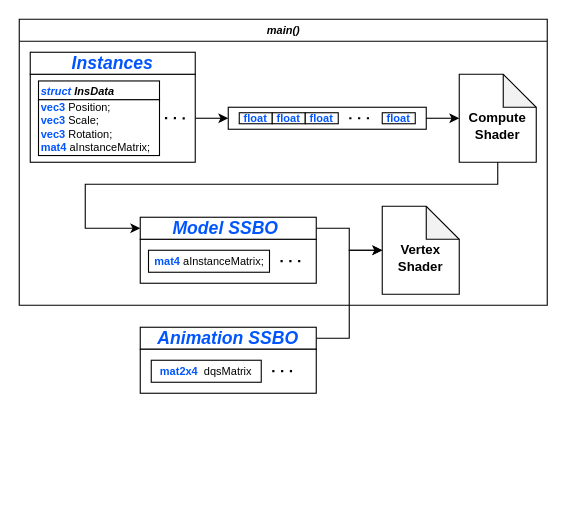
This is Untitled Diagram.drawio from Duckbobs/OpenGL_Lab, a draw.io file, before an edit. Source tidied: cells renumbered, new cells numbered last; positions are measured from the earlier drawing's top-left corner, leaving out a move shared by most shapes. Both pictures are drawn from the tidied source at 110%, with x=0, y=0 at pixel (19, 19).
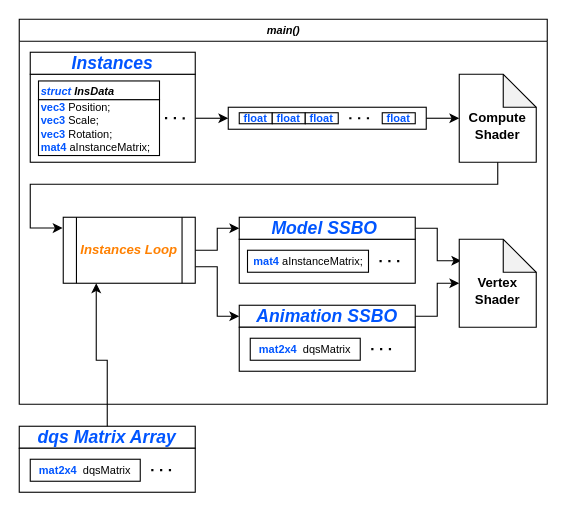
After the change.

Unchanged cells that the change refers to:
```xml
<mxCell id="14" value="&lt;span style=&quot;color: rgb(0 , 0 , 0) ; font-size: 12px&quot;&gt;&lt;b&gt;&lt;br&gt;Compute Shader&lt;/b&gt;&lt;/span&gt;" style="shape=note;whiteSpace=wrap;html=1;backgroundOutline=1;darkOpacity=0.05;fontSize=10;fontColor=#0055FF;align=center;" parent="2" vertex="1">
  <mxGeometry x="400" y="50" width="70" height="80" as="geometry" />
</mxCell>
```

Diff of the diagram source:
```diff
@@
     <mxCell id="2" value="&lt;i&gt;&lt;font color=&quot;#000000&quot;&gt;main()&lt;/font&gt;&lt;/i&gt;" style="swimlane;html=1;startSize=20;horizontal=1;containerType=tree;fontSize=10;fontColor=#0055FF;align=center;" parent="1" vertex="1">
-      <mxGeometry width="480" height="260" as="geometry" />
+      <mxGeometry width="480" height="350" as="geometry" />
     </mxCell>
     <mxCell id="3" style="rounded=0;whiteSpace=wrap;html=1;fontSize=16;fontColor=#0055FF;align=center;" parent="2" vertex="1">
-      <mxGeometry x="110" y="200" width="160" height="40" as="geometry" />
+      <mxGeometry x="200" y="200" width="160" height="40" as="geometry" />
     </mxCell>
     <mxCell id="4" value="&lt;font style=&quot;font-size: 10px&quot;&gt;&lt;b style=&quot;text-align: left&quot;&gt;mat4&lt;/b&gt;&lt;span style=&quot;text-align: left&quot;&gt;&amp;nbsp;&lt;/span&gt;&lt;font color=&quot;#000000&quot; style=&quot;text-align: left ; font-size: 10px&quot;&gt;aInstanceMatrix;&lt;/font&gt;&lt;/font&gt;" style="rounded=0;whiteSpace=wrap;html=1;fontSize=10;fontColor=#0055FF;align=center;" parent="2" vertex="1">
-      <mxGeometry x="117.5" y="210" width="110" height="20" as="geometry" />
+      <mxGeometry x="207.5" y="210" width="110" height="20" as="geometry" />
     </mxCell>
     <mxCell id="5" style="endArrow=none;dashed=1;html=1;dashPattern=1 3;strokeWidth=2;" parent="2" edge="1">
       <mxGeometry relative="1" as="geometry">
-        <mxPoint x="237.5" y="219.9" as="sourcePoint" />
-        <mxPoint x="257.5" y="219.9" as="targetPoint" />
+        <mxPoint x="327.5" y="219.9" as="sourcePoint" />
+        <mxPoint x="347.5" y="219.9" as="targetPoint" />
       </mxGeometry>
     </mxCell>
-    <mxCell id="6" style="edgeStyle=orthogonalEdgeStyle;rounded=0;jettySize=auto;html=1;exitX=1;exitY=0.5;exitDx=0;exitDy=0;entryX=0;entryY=0.5;entryDx=0;entryDy=0;entryPerimeter=0;fontSize=16;fontColor=#0055FF;" parent="2" edge="1" source="7" target="8">
+    <mxCell id="6" style="edgeStyle=orthogonalEdgeStyle;rounded=0;jettySize=auto;html=1;exitX=1;exitY=0.5;exitDx=0;exitDy=0;entryX=0.026;entryY=0.244;entryDx=0;entryDy=0;entryPerimeter=0;fontSize=12;fontColor=#0055FF;" parent="2" edge="1" source="7" target="8">
       <mxGeometry relative="1" as="geometry" />
     </mxCell>
     <mxCell id="7" value="&lt;b&gt;&lt;i&gt;Model SSBO&amp;nbsp;&lt;/i&gt;&lt;/b&gt;" style="rounded=0;whiteSpace=wrap;html=1;fontSize=16;fontColor=#0055FF;align=center;" parent="2" vertex="1">
-      <mxGeometry x="110" y="180" width="160" height="20" as="geometry" />
+      <mxGeometry x="200" y="180" width="160" height="20" as="geometry" />
     </mxCell>
     <mxCell id="8" value="&lt;span style=&quot;color: rgb(0 , 0 , 0) ; font-size: 12px&quot;&gt;&lt;b&gt;&lt;br&gt;Vertex&lt;br&gt;Shader&lt;/b&gt;&lt;/span&gt;" style="shape=note;whiteSpace=wrap;html=1;backgroundOutline=1;darkOpacity=0.05;fontSize=10;fontColor=#0055FF;align=center;" parent="2" vertex="1">
-      <mxGeometry x="330" y="170" width="70" height="80" as="geometry" />
+      <mxGeometry x="400" y="200" width="70" height="80" as="geometry" />
     </mxCell>
@@
-    <mxCell id="15" style="edgeStyle=orthogonalEdgeStyle;rounded=0;jettySize=auto;html=1;fontSize=10;fontColor=#0055FF;entryX=0;entryY=0.5;entryDx=0;entryDy=0;" parent="2" edge="1" source="14" target="7">
+    <mxCell id="15" style="edgeStyle=orthogonalEdgeStyle;rounded=0;jettySize=auto;html=1;fontSize=10;fontColor=#0055FF;entryX=-0.005;entryY=0.164;entryDx=0;entryDy=0;entryPerimeter=0;" parent="2" edge="1" source="14" target="32">
       <mxGeometry relative="1" as="geometry">
         <Array as="points">
           <mxPoint x="435" y="150" />
-          <mxPoint x="60" y="150" />
-          <mxPoint x="60" y="190" />
+          <mxPoint x="10" y="150" />
+          <mxPoint x="10" y="190" />
         </Array>
       </mxGeometry>
     </mxCell>
+    <mxCell id="24" style="edgeStyle=orthogonalEdgeStyle;rounded=0;jettySize=auto;html=1;exitX=1;exitY=0.5;exitDx=0;exitDy=0;fontSize=12;fontColor=#0055FF;" parent="2" edge="1" source="25" target="8">
+      <mxGeometry relative="1" as="geometry" />
+    </mxCell>
+    <mxCell id="25" value="&lt;b&gt;&lt;i&gt;Animation SSBO&lt;/i&gt;&lt;/b&gt;" style="rounded=0;whiteSpace=wrap;html=1;fontSize=16;fontColor=#0055FF;align=center;" parent="2" vertex="1">
+      <mxGeometry x="200" y="260" width="160" height="20" as="geometry" />
+    </mxCell>
+    <mxCell id="26" style="rounded=0;whiteSpace=wrap;html=1;fontSize=16;fontColor=#0055FF;align=center;" parent="2" vertex="1">
+      <mxGeometry x="200" y="280" width="160" height="40" as="geometry" />
+    </mxCell>
+    <mxCell id="27" value="&lt;b style=&quot;font-size: 10px ; text-align: left&quot;&gt;mat2x4&lt;/b&gt;&lt;span style=&quot;font-size: 10px ; text-align: left&quot;&gt;&amp;nbsp;&amp;nbsp;&lt;/span&gt;&lt;span style=&quot;font-size: 10px&quot;&gt;&lt;font color=&quot;#000000&quot;&gt;dqsMatrix&lt;/font&gt;&lt;/span&gt;" style="rounded=0;whiteSpace=wrap;html=1;fontSize=16;fontColor=#0055FF;align=center;verticalAlign=bottom;" parent="2" vertex="1">
+      <mxGeometry x="210" y="290" width="100" height="20" as="geometry" />
+    </mxCell>
+    <mxCell id="28" style="endArrow=none;dashed=1;html=1;dashPattern=1 3;strokeWidth=2;" parent="2" edge="1">
+      <mxGeometry relative="1" as="geometry">
+        <mxPoint x="320" y="299.8" as="sourcePoint" />
+        <mxPoint x="340" y="299.8" as="targetPoint" />
+      </mxGeometry>
+    </mxCell>
+    <mxCell id="30" style="edgeStyle=orthogonalEdgeStyle;rounded=0;jettySize=auto;html=1;exitX=1;exitY=0.5;exitDx=0;exitDy=0;entryX=0;entryY=0.5;entryDx=0;entryDy=0;fontSize=12;fontColor=#0055FF;" parent="2" edge="1" source="32" target="7">
+      <mxGeometry relative="1" as="geometry" />
+    </mxCell>
+    <mxCell id="31" style="edgeStyle=orthogonalEdgeStyle;rounded=0;jettySize=auto;html=1;exitX=1;exitY=0.75;exitDx=0;exitDy=0;entryX=0;entryY=0.5;entryDx=0;entryDy=0;fontSize=12;fontColor=#0055FF;" parent="2" edge="1" source="32" target="25">
+      <mxGeometry relative="1" as="geometry" />
+    </mxCell>
+    <mxCell id="32" value="&lt;b&gt;&lt;i&gt;&lt;font color=&quot;#ff8000&quot;&gt;Instances Loop&lt;/font&gt;&lt;/i&gt;&lt;/b&gt;" style="shape=process;whiteSpace=wrap;html=1;backgroundOutline=1;fontSize=12;fontColor=#0055FF;align=center;" parent="2" vertex="1">
+      <mxGeometry x="40" y="180" width="120" height="60" as="geometry" />
+    </mxCell>
@@
-    <mxCell id="24" style="edgeStyle=orthogonalEdgeStyle;rounded=0;jettySize=auto;html=1;entryX=0;entryY=0.5;entryDx=0;entryDy=0;entryPerimeter=0;fontSize=16;fontColor=#0055FF;" parent="1" edge="1" source="25" target="8">
-      <mxGeometry relative="1" as="geometry" />
-    </mxCell>
-    <mxCell id="25" value="&lt;b&gt;&lt;i&gt;Animation SSBO&lt;/i&gt;&lt;/b&gt;" style="rounded=0;whiteSpace=wrap;html=1;fontSize=16;fontColor=#0055FF;align=center;" parent="1" vertex="1">
-      <mxGeometry x="110" y="280" width="160" height="20" as="geometry" />
-    </mxCell>
-    <mxCell id="26" style="rounded=0;whiteSpace=wrap;html=1;fontSize=16;fontColor=#0055FF;align=center;" parent="1" vertex="1">
-      <mxGeometry x="110" y="300" width="160" height="40" as="geometry" />
-    </mxCell>
-    <mxCell id="27" value="&lt;b style=&quot;font-size: 10px ; text-align: left&quot;&gt;mat2x4&lt;/b&gt;&lt;span style=&quot;font-size: 10px ; text-align: left&quot;&gt;&amp;nbsp;&amp;nbsp;&lt;/span&gt;&lt;span style=&quot;font-size: 10px&quot;&gt;&lt;font color=&quot;#000000&quot;&gt;dqsMatrix&lt;/font&gt;&lt;/span&gt;" style="rounded=0;whiteSpace=wrap;html=1;fontSize=16;fontColor=#0055FF;align=center;verticalAlign=bottom;" parent="1" vertex="1">
-      <mxGeometry x="120" y="310" width="100" height="20" as="geometry" />
-    </mxCell>
-    <mxCell id="28" style="endArrow=none;dashed=1;html=1;dashPattern=1 3;strokeWidth=2;" parent="1" edge="1">
-      <mxGeometry relative="1" as="geometry">
-        <mxPoint x="230" y="319.8" as="sourcePoint" />
-        <mxPoint x="250" y="319.8" as="targetPoint" />
-      </mxGeometry>
-    </mxCell>
@@
+    <mxCell id="33" style="edgeStyle=orthogonalEdgeStyle;rounded=0;jettySize=auto;html=1;exitX=0.5;exitY=0;exitDx=0;exitDy=0;entryX=0.25;entryY=1;entryDx=0;entryDy=0;fontSize=12;fontColor=#0055FF;" parent="1" edge="1" target="32">
+      <mxGeometry relative="1" as="geometry">
+        <mxPoint x="80" y="380" as="sourcePoint" />
+        <Array as="points">
+          <mxPoint x="80" y="310" />
+          <mxPoint x="70" y="310" />
+        </Array>
+      </mxGeometry>
+    </mxCell>
+    <mxCell id="34" value="&lt;b&gt;&lt;i&gt;dqs Matrix Array&lt;/i&gt;&lt;/b&gt;" style="rounded=0;whiteSpace=wrap;html=1;fontSize=16;fontColor=#0055FF;align=center;" parent="1" vertex="1">
+      <mxGeometry y="370" width="160" height="20" as="geometry" />
+    </mxCell>
+    <mxCell id="35" style="rounded=0;whiteSpace=wrap;html=1;fontSize=16;fontColor=#0055FF;align=center;" parent="1" vertex="1">
+      <mxGeometry y="390" width="160" height="40" as="geometry" />
+    </mxCell>
+    <mxCell id="36" value="&lt;b style=&quot;font-size: 10px ; text-align: left&quot;&gt;mat2x4&lt;/b&gt;&lt;span style=&quot;font-size: 10px ; text-align: left&quot;&gt;&amp;nbsp;&amp;nbsp;&lt;/span&gt;&lt;span style=&quot;font-size: 10px&quot;&gt;&lt;font color=&quot;#000000&quot;&gt;dqsMatrix&lt;/font&gt;&lt;/span&gt;" style="rounded=0;whiteSpace=wrap;html=1;fontSize=16;fontColor=#0055FF;align=center;verticalAlign=bottom;" parent="1" vertex="1">
+      <mxGeometry x="10" y="400" width="100" height="20" as="geometry" />
+    </mxCell>
+    <mxCell id="37" style="endArrow=none;dashed=1;html=1;dashPattern=1 3;strokeWidth=2;" parent="1" edge="1">
+      <mxGeometry relative="1" as="geometry">
+        <mxPoint x="120" y="409.8" as="sourcePoint" />
+        <mxPoint x="140" y="409.8" as="targetPoint" />
+      </mxGeometry>
+    </mxCell>
```
